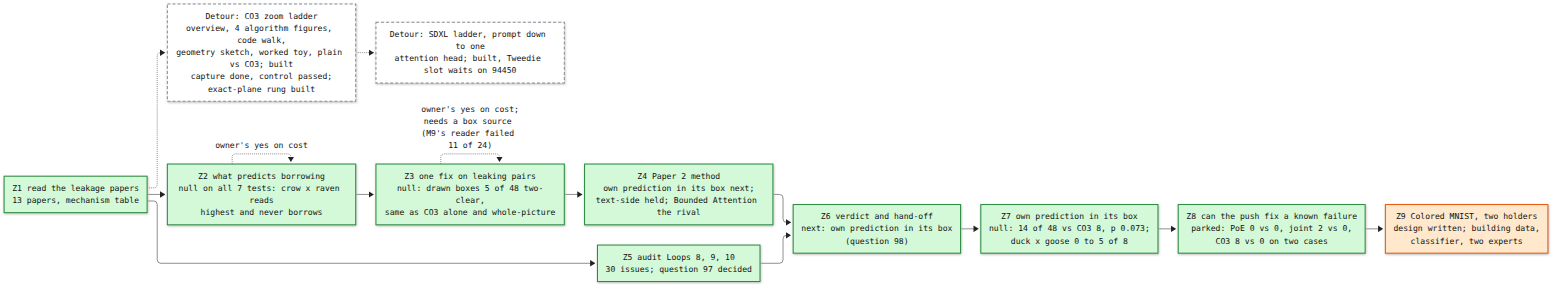
The Mermaid diagram artifacts/notes/progress/leakage/loop-12-progress.png in mo-rsa24/concept-composition, before a commit. Its source is kept beside it as artifacts/notes/progress/leakage/loop-12-progress.mmd.
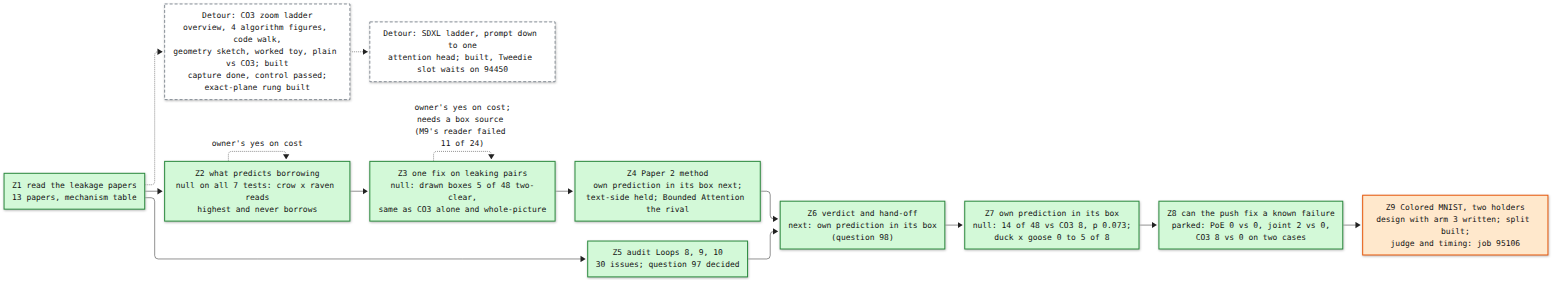
After the commit.

Commit message:
Loop 12 map: Z9 job 95106

Diff of the diagram source:
```diff
@@ -18,7 +18,7 @@
   Z6 --> Z7
   Z8["Z8 can the push fix a known failure<br/>parked: PoE 0 vs 0, joint 2 vs 0,<br/>CO3 8 vs 0 on two cases"]:::done
   Z7 --> Z8
-  Z9["Z9 Colored MNIST, two holders<br/>design written; building data,<br/>classifier, two experts"]:::doing
+  Z9["Z9 Colored MNIST, two holders<br/>design with arm 3 written; split built;<br/>judge and timing: job 95106"]:::doing
   Z8 --> Z9
   classDef done fill:#d3f9d8,stroke:#2b8a3e,stroke-width:2px
   classDef doing fill:#ffe8cc,stroke:#e8590c,stroke-width:2px
```
